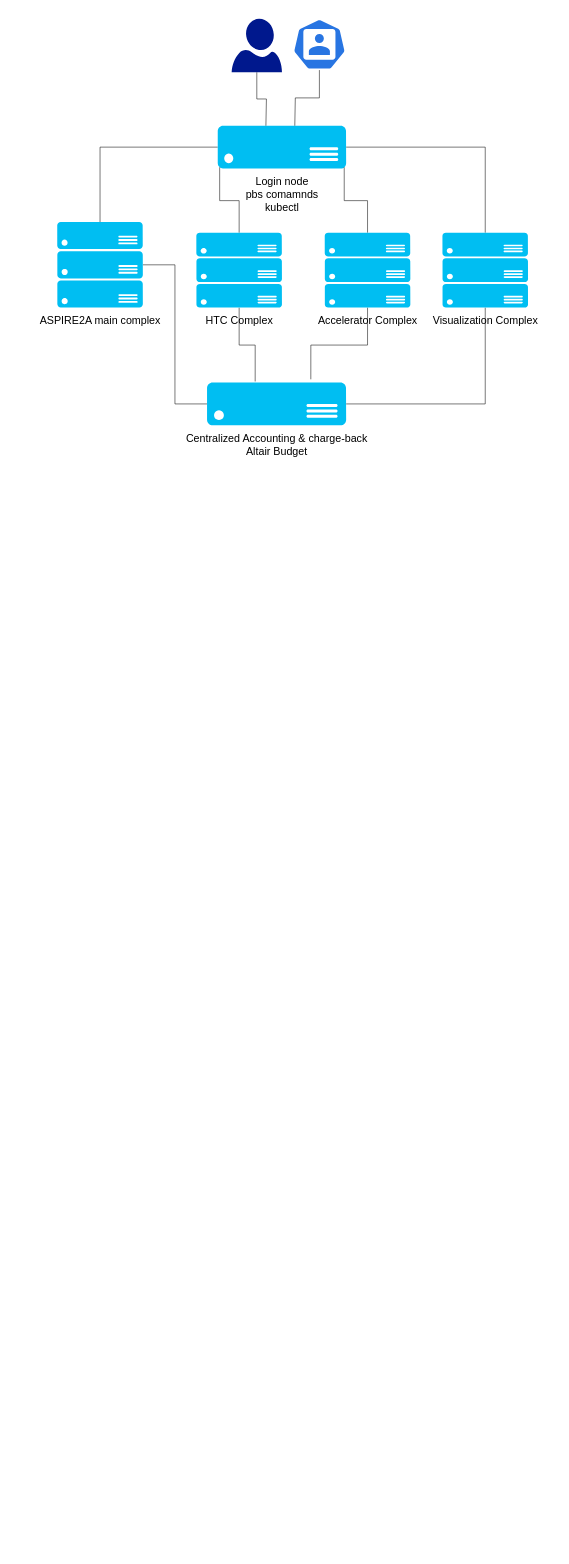
doddam-manjunath/diagram_io keeps this draw.io diagram as NSCC_Diagram.drawio. Above is the earlier version. Source tidied: cells renumbered, new cells numbered last; positions are measured from the earlier drawing's top-left corner, leaving out a move shared by most shapes. Both pictures are drawn from the tidied source at 107%, with x=0, y=0 at pixel (57, 18). Pictures stored in the file or linked from it are replaced by grey dashed boxes.
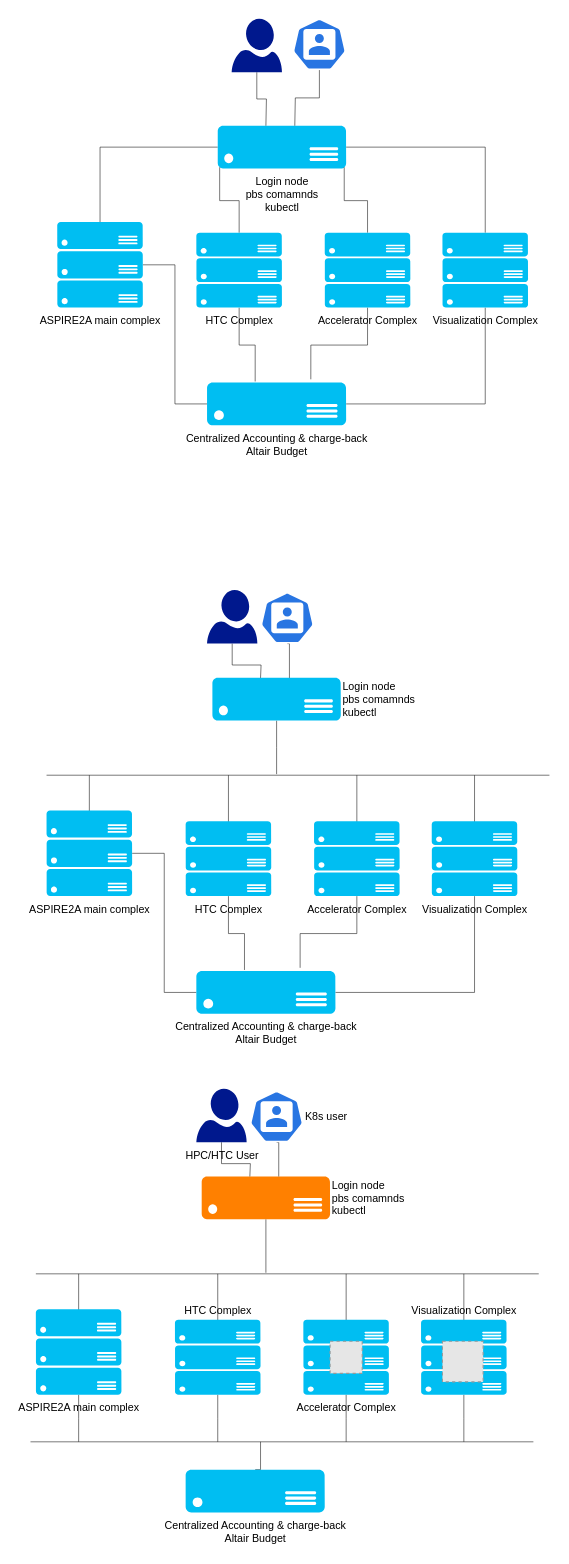
After the change.

Diff of the diagram source:
```diff
@@
+    <mxCell id="20" style="edgeStyle=orthogonalEdgeStyle;rounded=0;jettySize=auto;html=1;exitX=0.5;exitY=1;exitDx=0;exitDy=0;exitPerimeter=0;fontSize=10;endArrow=none;endFill=0;endSize=6;strokeWidth=0.5;" parent="1" edge="1" source="21">
+      <mxGeometry relative="1" as="geometry">
+        <mxPoint x="205" y="706" as="targetPoint" />
+      </mxGeometry>
+    </mxCell>
+    <mxCell id="21" value="&lt;div style=&quot;font-size: 10px;&quot;&gt;Login node&lt;/div&gt;&lt;div style=&quot;font-size: 10px;&quot;&gt;pbs comamnds&lt;/div&gt;&lt;div style=&quot;font-size: 10px;&quot;&gt;kubectl&lt;br style=&quot;font-size: 10px;&quot;&gt;&lt;/div&gt;" style="verticalLabelPosition=middle;html=1;verticalAlign=middle;align=left;strokeColor=none;fillColor=#00BEF2;shape=mxgraph.azure.server;fontSize=10;labelPosition=right;" parent="1" vertex="1">
+      <mxGeometry x="145" y="616" width="120" height="40" as="geometry" />
+    </mxCell>
+    <mxCell id="22" style="edgeStyle=orthogonalEdgeStyle;rounded=0;jettySize=auto;html=1;entryX=0;entryY=0.5;entryDx=0;entryDy=0;entryPerimeter=0;fontSize=10;endArrow=none;endFill=0;strokeWidth=0.5;endSize=6;" parent="1" edge="1" source="24" target="34">
+      <mxGeometry relative="1" as="geometry" />
+    </mxCell>
+    <mxCell id="23" style="edgeStyle=orthogonalEdgeStyle;rounded=0;orthogonalLoop=1;jettySize=auto;html=1;exitX=0.5;exitY=0;exitDx=0;exitDy=0;exitPerimeter=0;fontSize=10;endArrow=none;endFill=0;endSize=6;strokeWidth=0.5;" parent="1" edge="1">
+      <mxGeometry relative="1" as="geometry">
+        <mxPoint x="30" y="757" as="sourcePoint" />
+        <mxPoint x="30" y="707" as="targetPoint" />
+      </mxGeometry>
+    </mxCell>
+    <mxCell id="24" value="ASPIRE2A main complex" style="verticalLabelPosition=bottom;html=1;verticalAlign=top;align=center;strokeColor=none;fillColor=#00BEF2;shape=mxgraph.azure.server_rack;fontSize=10;" parent="1" vertex="1">
+      <mxGeometry x="-10" y="740" width="80" height="80" as="geometry" />
+    </mxCell>
+    <mxCell id="25" style="edgeStyle=orthogonalEdgeStyle;rounded=0;jettySize=auto;html=1;exitX=0.5;exitY=1;exitDx=0;exitDy=0;exitPerimeter=0;entryX=0.346;entryY=-0.025;entryDx=0;entryDy=0;entryPerimeter=0;fontSize=10;endArrow=none;endFill=0;strokeWidth=0.5;endSize=6;" parent="1" edge="1" source="27" target="34">
+      <mxGeometry relative="1" as="geometry" />
+    </mxCell>
+    <mxCell id="26" style="edgeStyle=orthogonalEdgeStyle;rounded=0;orthogonalLoop=1;jettySize=auto;html=1;exitX=0.5;exitY=0;exitDx=0;exitDy=0;exitPerimeter=0;fontSize=10;endArrow=none;endFill=0;endSize=6;strokeWidth=0.5;" parent="1" edge="1">
+      <mxGeometry relative="1" as="geometry">
+        <mxPoint x="160" y="767" as="sourcePoint" />
+        <mxPoint x="160" y="707" as="targetPoint" />
+      </mxGeometry>
+    </mxCell>
+    <mxCell id="27" value="HTC Complex" style="verticalLabelPosition=bottom;html=1;verticalAlign=top;align=center;strokeColor=none;fillColor=#00BEF2;shape=mxgraph.azure.server_rack;fontSize=10;" parent="1" vertex="1">
+      <mxGeometry x="120" y="750" width="80" height="70" as="geometry" />
+    </mxCell>
+    <mxCell id="28" style="edgeStyle=orthogonalEdgeStyle;rounded=0;jettySize=auto;html=1;exitX=0.5;exitY=1;exitDx=0;exitDy=0;exitPerimeter=0;entryX=0.746;entryY=-0.075;entryDx=0;entryDy=0;entryPerimeter=0;fontSize=10;endArrow=none;endFill=0;strokeWidth=0.5;endSize=6;" parent="1" edge="1" source="30" target="34">
+      <mxGeometry relative="1" as="geometry" />
+    </mxCell>
+    <mxCell id="29" style="edgeStyle=orthogonalEdgeStyle;rounded=0;orthogonalLoop=1;jettySize=auto;html=1;exitX=0.5;exitY=0;exitDx=0;exitDy=0;exitPerimeter=0;fontSize=10;endArrow=none;endFill=0;endSize=6;strokeWidth=0.5;" parent="1" edge="1">
+      <mxGeometry relative="1" as="geometry">
+        <mxPoint x="280" y="767" as="sourcePoint" />
+        <mxPoint x="280" y="707" as="targetPoint" />
+      </mxGeometry>
+    </mxCell>
+    <mxCell id="30" value="Accelerator Complex" style="verticalLabelPosition=bottom;html=1;verticalAlign=top;align=center;strokeColor=none;fillColor=#00BEF2;shape=mxgraph.azure.server_rack;fontSize=10;" parent="1" vertex="1">
+      <mxGeometry x="240" y="750" width="80" height="70" as="geometry" />
+    </mxCell>
+    <mxCell id="31" style="edgeStyle=orthogonalEdgeStyle;rounded=0;jettySize=auto;html=1;exitX=0.5;exitY=1;exitDx=0;exitDy=0;exitPerimeter=0;entryX=1;entryY=0.5;entryDx=0;entryDy=0;entryPerimeter=0;fontSize=10;endArrow=none;endFill=0;strokeWidth=0.5;endSize=6;" parent="1" edge="1" source="33" target="34">
+      <mxGeometry relative="1" as="geometry" />
+    </mxCell>
+    <mxCell id="32" style="edgeStyle=orthogonalEdgeStyle;rounded=0;orthogonalLoop=1;jettySize=auto;html=1;fontSize=10;endArrow=none;endFill=0;endSize=6;strokeWidth=0.5;" parent="1" edge="1">
+      <mxGeometry relative="1" as="geometry">
+        <mxPoint x="390" y="767" as="sourcePoint" />
+        <mxPoint x="390" y="707" as="targetPoint" />
+      </mxGeometry>
+    </mxCell>
+    <mxCell id="33" value="Visualization Complex" style="verticalLabelPosition=bottom;html=1;verticalAlign=top;align=center;strokeColor=none;fillColor=#00BEF2;shape=mxgraph.azure.server_rack;fontSize=10;" parent="1" vertex="1">
+      <mxGeometry x="350" y="750" width="80" height="70" as="geometry" />
+    </mxCell>
+    <mxCell id="34" value="&lt;div style=&quot;font-size: 10px;&quot;&gt;Centralized Accounting &amp;amp; charge-back&lt;/div&gt;&lt;div style=&quot;font-size: 10px;&quot;&gt;Altair Budget&lt;br style=&quot;font-size: 10px;&quot;&gt; &lt;/div&gt;" style="verticalLabelPosition=bottom;html=1;verticalAlign=top;align=center;strokeColor=none;fillColor=#00BEF2;shape=mxgraph.azure.server;fontSize=10;" parent="1" vertex="1">
+      <mxGeometry x="130" y="890" width="130" height="40" as="geometry" />
+    </mxCell>
+    <mxCell id="35" style="edgeStyle=orthogonalEdgeStyle;rounded=0;jettySize=auto;html=1;exitX=0.5;exitY=1;exitDx=0;exitDy=0;exitPerimeter=0;fontSize=10;endArrow=none;endFill=0;endSize=6;strokeWidth=0.5;" parent="1" edge="1" source="36">
+      <mxGeometry relative="1" as="geometry">
+        <mxPoint x="190" y="616" as="targetPoint" />
+      </mxGeometry>
+    </mxCell>
+    <mxCell id="36" style="sketch=0;shadow=0;dashed=0;html=1;strokeColor=none;labelPosition=center;verticalLabelPosition=bottom;verticalAlign=top;align=center;fillColor=#00188D;shape=mxgraph.azure.user;fontSize=10;" parent="1" vertex="1">
+      <mxGeometry x="140" y="534" width="47" height="50" as="geometry" />
+    </mxCell>
+    <mxCell id="37" style="edgeStyle=orthogonalEdgeStyle;rounded=0;jettySize=auto;html=1;exitX=0.5;exitY=1;exitDx=0;exitDy=0;exitPerimeter=0;fontSize=10;endArrow=none;endFill=0;endSize=6;strokeWidth=0.5;" parent="1" edge="1" source="38">
+      <mxGeometry relative="1" as="geometry">
+        <mxPoint x="217" y="616" as="targetPoint" />
+      </mxGeometry>
+    </mxCell>
+    <mxCell id="38" style="sketch=0;html=1;dashed=0;whitespace=wrap;fillColor=#2875E2;strokeColor=#ffffff;points=[[0.005,0.63,0],[0.1,0.2,0],[0.9,0.2,0],[0.5,0,0],[0.995,0.63,0],[0.72,0.99,0],[0.5,1,0],[0.28,0.99,0]];shape=mxgraph.kubernetes.icon;prIcon=user;fontSize=10;" parent="1" vertex="1">
+      <mxGeometry x="190" y="536" width="50" height="48" as="geometry" />
+    </mxCell>
+    <mxCell id="39" style="endArrow=none;html=1;rounded=0;fontSize=10;endSize=6;strokeWidth=0.5;" parent="1" edge="1">
+      <mxGeometry relative="1" as="geometry">
+        <mxPoint x="-10" y="707" as="sourcePoint" />
+        <mxPoint x="460" y="707" as="targetPoint" />
+      </mxGeometry>
+    </mxCell>
+    <mxCell id="40" style="edgeStyle=orthogonalEdgeStyle;rounded=0;jettySize=auto;html=1;exitX=0.5;exitY=1;exitDx=0;exitDy=0;exitPerimeter=0;fontSize=10;endArrow=none;endFill=0;endSize=6;strokeWidth=0.5;" parent="1" edge="1" source="41">
+      <mxGeometry relative="1" as="geometry">
+        <mxPoint x="195" y="1172" as="targetPoint" />
+      </mxGeometry>
+    </mxCell>
+    <mxCell id="41" value="&lt;div style=&quot;font-size: 10px;&quot;&gt;Login node&lt;/div&gt;&lt;div style=&quot;font-size: 10px;&quot;&gt;pbs comamnds&lt;/div&gt;&lt;div style=&quot;font-size: 10px;&quot;&gt;kubectl&lt;br style=&quot;font-size: 10px;&quot;&gt;&lt;/div&gt;" style="verticalLabelPosition=middle;html=1;verticalAlign=middle;align=left;strokeColor=none;fillColor=#FF8000;shape=mxgraph.azure.server;fontSize=10;labelPosition=right;" parent="1" vertex="1">
+      <mxGeometry x="135" y="1082" width="120" height="40" as="geometry" />
+    </mxCell>
+    <mxCell id="42" style="edgeStyle=orthogonalEdgeStyle;rounded=0;orthogonalLoop=1;jettySize=auto;html=1;exitX=0.5;exitY=0;exitDx=0;exitDy=0;exitPerimeter=0;fontSize=10;endArrow=none;endFill=0;endSize=6;strokeWidth=0.5;" parent="1" edge="1">
+      <mxGeometry relative="1" as="geometry">
+        <mxPoint x="20" y="1223" as="sourcePoint" />
+        <mxPoint x="20" y="1173" as="targetPoint" />
+      </mxGeometry>
+    </mxCell>
+    <mxCell id="43" style="edgeStyle=orthogonalEdgeStyle;rounded=0;jettySize=auto;html=1;fontSize=10;endArrow=none;endFill=0;endSize=6;strokeWidth=0.5;" parent="1" edge="1" source="44">
+      <mxGeometry relative="1" as="geometry">
+        <mxPoint x="20" y="1330" as="targetPoint" />
+      </mxGeometry>
+    </mxCell>
+    <mxCell id="44" value="ASPIRE2A main complex" style="verticalLabelPosition=bottom;html=1;verticalAlign=top;align=center;strokeColor=none;fillColor=#00BEF2;shape=mxgraph.azure.server_rack;fontSize=10;" parent="1" vertex="1">
+      <mxGeometry x="-20" y="1206" width="80" height="80" as="geometry" />
+    </mxCell>
+    <mxCell id="45" style="edgeStyle=orthogonalEdgeStyle;rounded=0;orthogonalLoop=1;jettySize=auto;html=1;exitX=0.5;exitY=0;exitDx=0;exitDy=0;exitPerimeter=0;fontSize=10;endArrow=none;endFill=0;endSize=6;strokeWidth=0.5;" parent="1" edge="1">
+      <mxGeometry relative="1" as="geometry">
+        <mxPoint x="150" y="1233" as="sourcePoint" />
+        <mxPoint x="150" y="1173" as="targetPoint" />
+      </mxGeometry>
+    </mxCell>
+    <mxCell id="46" style="edgeStyle=orthogonalEdgeStyle;rounded=0;jettySize=auto;html=1;fontSize=10;endArrow=none;endFill=0;endSize=6;strokeWidth=0.5;" parent="1" edge="1" source="47">
+      <mxGeometry relative="1" as="geometry">
+        <mxPoint x="150" y="1330" as="targetPoint" />
+      </mxGeometry>
+    </mxCell>
+    <mxCell id="47" value="HTC Complex" style="verticalLabelPosition=top;html=1;verticalAlign=bottom;align=center;strokeColor=none;fillColor=#00BEF2;shape=mxgraph.azure.server_rack;fontSize=10;labelPosition=center;" parent="1" vertex="1">
+      <mxGeometry x="110" y="1216" width="80" height="70" as="geometry" />
+    </mxCell>
+    <mxCell id="48" style="edgeStyle=orthogonalEdgeStyle;rounded=0;orthogonalLoop=1;jettySize=auto;html=1;exitX=0.5;exitY=0;exitDx=0;exitDy=0;exitPerimeter=0;fontSize=10;endArrow=none;endFill=0;endSize=6;strokeWidth=0.5;" parent="1" edge="1">
+      <mxGeometry relative="1" as="geometry">
+        <mxPoint x="270" y="1233" as="sourcePoint" />
+        <mxPoint x="270" y="1173" as="targetPoint" />
+      </mxGeometry>
+    </mxCell>
+    <mxCell id="49" style="edgeStyle=orthogonalEdgeStyle;rounded=0;jettySize=auto;html=1;fontSize=10;endArrow=none;endFill=0;endSize=6;strokeWidth=0.5;" parent="1" edge="1" source="50">
+      <mxGeometry relative="1" as="geometry">
+        <mxPoint x="270" y="1330" as="targetPoint" />
+      </mxGeometry>
+    </mxCell>
+    <mxCell id="50" value="Accelerator Complex" style="verticalLabelPosition=bottom;html=1;verticalAlign=top;align=center;strokeColor=none;fillColor=#00BEF2;shape=mxgraph.azure.server_rack;fontSize=10;" parent="1" vertex="1">
+      <mxGeometry x="230" y="1216" width="80" height="70" as="geometry" />
+    </mxCell>
+    <mxCell id="51" style="edgeStyle=orthogonalEdgeStyle;rounded=0;orthogonalLoop=1;jettySize=auto;html=1;fontSize=10;endArrow=none;endFill=0;endSize=6;strokeWidth=0.5;" parent="1" edge="1">
+      <mxGeometry relative="1" as="geometry">
+        <mxPoint x="380" y="1233" as="sourcePoint" />
+        <mxPoint x="380" y="1173" as="targetPoint" />
+      </mxGeometry>
+    </mxCell>
+    <mxCell id="52" style="edgeStyle=orthogonalEdgeStyle;rounded=0;jettySize=auto;html=1;fontSize=10;endArrow=none;endFill=0;endSize=6;strokeWidth=0.5;" parent="1" edge="1" source="53">
+      <mxGeometry relative="1" as="geometry">
+        <mxPoint x="380" y="1330" as="targetPoint" />
+      </mxGeometry>
+    </mxCell>
+    <mxCell id="53" value="Visualization Complex" style="verticalLabelPosition=top;html=1;verticalAlign=bottom;align=center;strokeColor=none;fillColor=#00BEF2;shape=mxgraph.azure.server_rack;fontSize=10;labelPosition=center;" parent="1" vertex="1">
+      <mxGeometry x="340" y="1216" width="80" height="70" as="geometry" />
+    </mxCell>
+    <mxCell id="54" style="edgeStyle=orthogonalEdgeStyle;rounded=0;jettySize=auto;html=1;exitX=0.5;exitY=0;exitDx=0;exitDy=0;exitPerimeter=0;fontSize=10;endArrow=none;endFill=0;endSize=6;strokeWidth=0.5;" parent="1" edge="1" source="55">
+      <mxGeometry relative="1" as="geometry">
+        <mxPoint x="190" y="1330" as="targetPoint" />
+      </mxGeometry>
+    </mxCell>
+    <mxCell id="55" value="&lt;div style=&quot;font-size: 10px;&quot;&gt;Centralized Accounting &amp;amp; charge-back&lt;/div&gt;&lt;div style=&quot;font-size: 10px;&quot;&gt;Altair Budget&lt;br style=&quot;font-size: 10px;&quot;&gt; &lt;/div&gt;" style="verticalLabelPosition=bottom;html=1;verticalAlign=top;align=center;strokeColor=none;fillColor=#00BEF2;shape=mxgraph.azure.server;fontSize=10;" parent="1" vertex="1">
+      <mxGeometry x="120" y="1356" width="130" height="40" as="geometry" />
+    </mxCell>
+    <mxCell id="56" style="edgeStyle=orthogonalEdgeStyle;rounded=0;jettySize=auto;html=1;exitX=0.5;exitY=1;exitDx=0;exitDy=0;exitPerimeter=0;fontSize=10;endArrow=none;endFill=0;endSize=6;strokeWidth=0.5;" parent="1" edge="1" source="57">
+      <mxGeometry relative="1" as="geometry">
+        <mxPoint x="180" y="1082" as="targetPoint" />
+      </mxGeometry>
+    </mxCell>
+    <mxCell id="57" value="HPC/HTC User" style="sketch=0;shadow=0;dashed=0;html=1;strokeColor=none;labelPosition=center;verticalLabelPosition=bottom;verticalAlign=top;align=center;fillColor=#00188D;shape=mxgraph.azure.user;fontSize=10;" parent="1" vertex="1">
+      <mxGeometry x="130" y="1000" width="47" height="50" as="geometry" />
+    </mxCell>
+    <mxCell id="58" style="edgeStyle=orthogonalEdgeStyle;rounded=0;jettySize=auto;html=1;exitX=0.5;exitY=1;exitDx=0;exitDy=0;exitPerimeter=0;fontSize=10;endArrow=none;endFill=0;endSize=6;strokeWidth=0.5;" parent="1" edge="1" source="59">
+      <mxGeometry relative="1" as="geometry">
+        <mxPoint x="207" y="1082" as="targetPoint" />
+      </mxGeometry>
+    </mxCell>
+    <mxCell id="59" value="K8s user" style="sketch=0;html=1;dashed=0;whitespace=wrap;fillColor=#2875E2;strokeColor=#ffffff;points=[[0.005,0.63,0],[0.1,0.2,0],[0.9,0.2,0],[0.5,0,0],[0.995,0.63,0],[0.72,0.99,0],[0.5,1,0],[0.28,0.99,0]];shape=mxgraph.kubernetes.icon;prIcon=user;fontSize=10;labelPosition=right;verticalLabelPosition=middle;align=left;verticalAlign=middle;" parent="1" vertex="1">
+      <mxGeometry x="180" y="1002" width="50" height="48" as="geometry" />
+    </mxCell>
+    <mxCell id="60" style="endArrow=none;html=1;rounded=0;fontSize=10;endSize=6;strokeWidth=0.5;" parent="1" edge="1">
+      <mxGeometry relative="1" as="geometry">
+        <mxPoint x="-20" y="1173" as="sourcePoint" />
+        <mxPoint x="450" y="1173" as="targetPoint" />
+      </mxGeometry>
+    </mxCell>
+    <mxCell id="61" style="endArrow=none;html=1;rounded=0;fontSize=10;endSize=6;strokeWidth=0.5;" parent="1" edge="1">
+      <mxGeometry relative="1" as="geometry">
+        <mxPoint x="-25" y="1330" as="sourcePoint" />
+        <mxPoint x="445" y="1330" as="targetPoint" />
+      </mxGeometry>
+    </mxCell>
+    <mxCell id="62" style="fillColor=#E6E6E6;strokeColor=#999999;dashed=1;verticalLabelPosition=bottom;labelBackgroundColor=#ffffff;verticalAlign=top;fontSize=10;" parent="1" vertex="1">
+      <mxGeometry x="255" y="1236" width="30" height="30" as="geometry" />
+    </mxCell>
+    <mxCell id="63" style="fillColor=#E6E6E6;strokeColor=#999999;dashed=1;html=1;verticalAlign=top;verticalLabelPosition=bottom;labelBackgroundColor=#ffffff;fontSize=10;" parent="1" vertex="1">
+      <mxGeometry x="360" y="1236" width="38" height="38" as="geometry" />
+    </mxCell>
```
